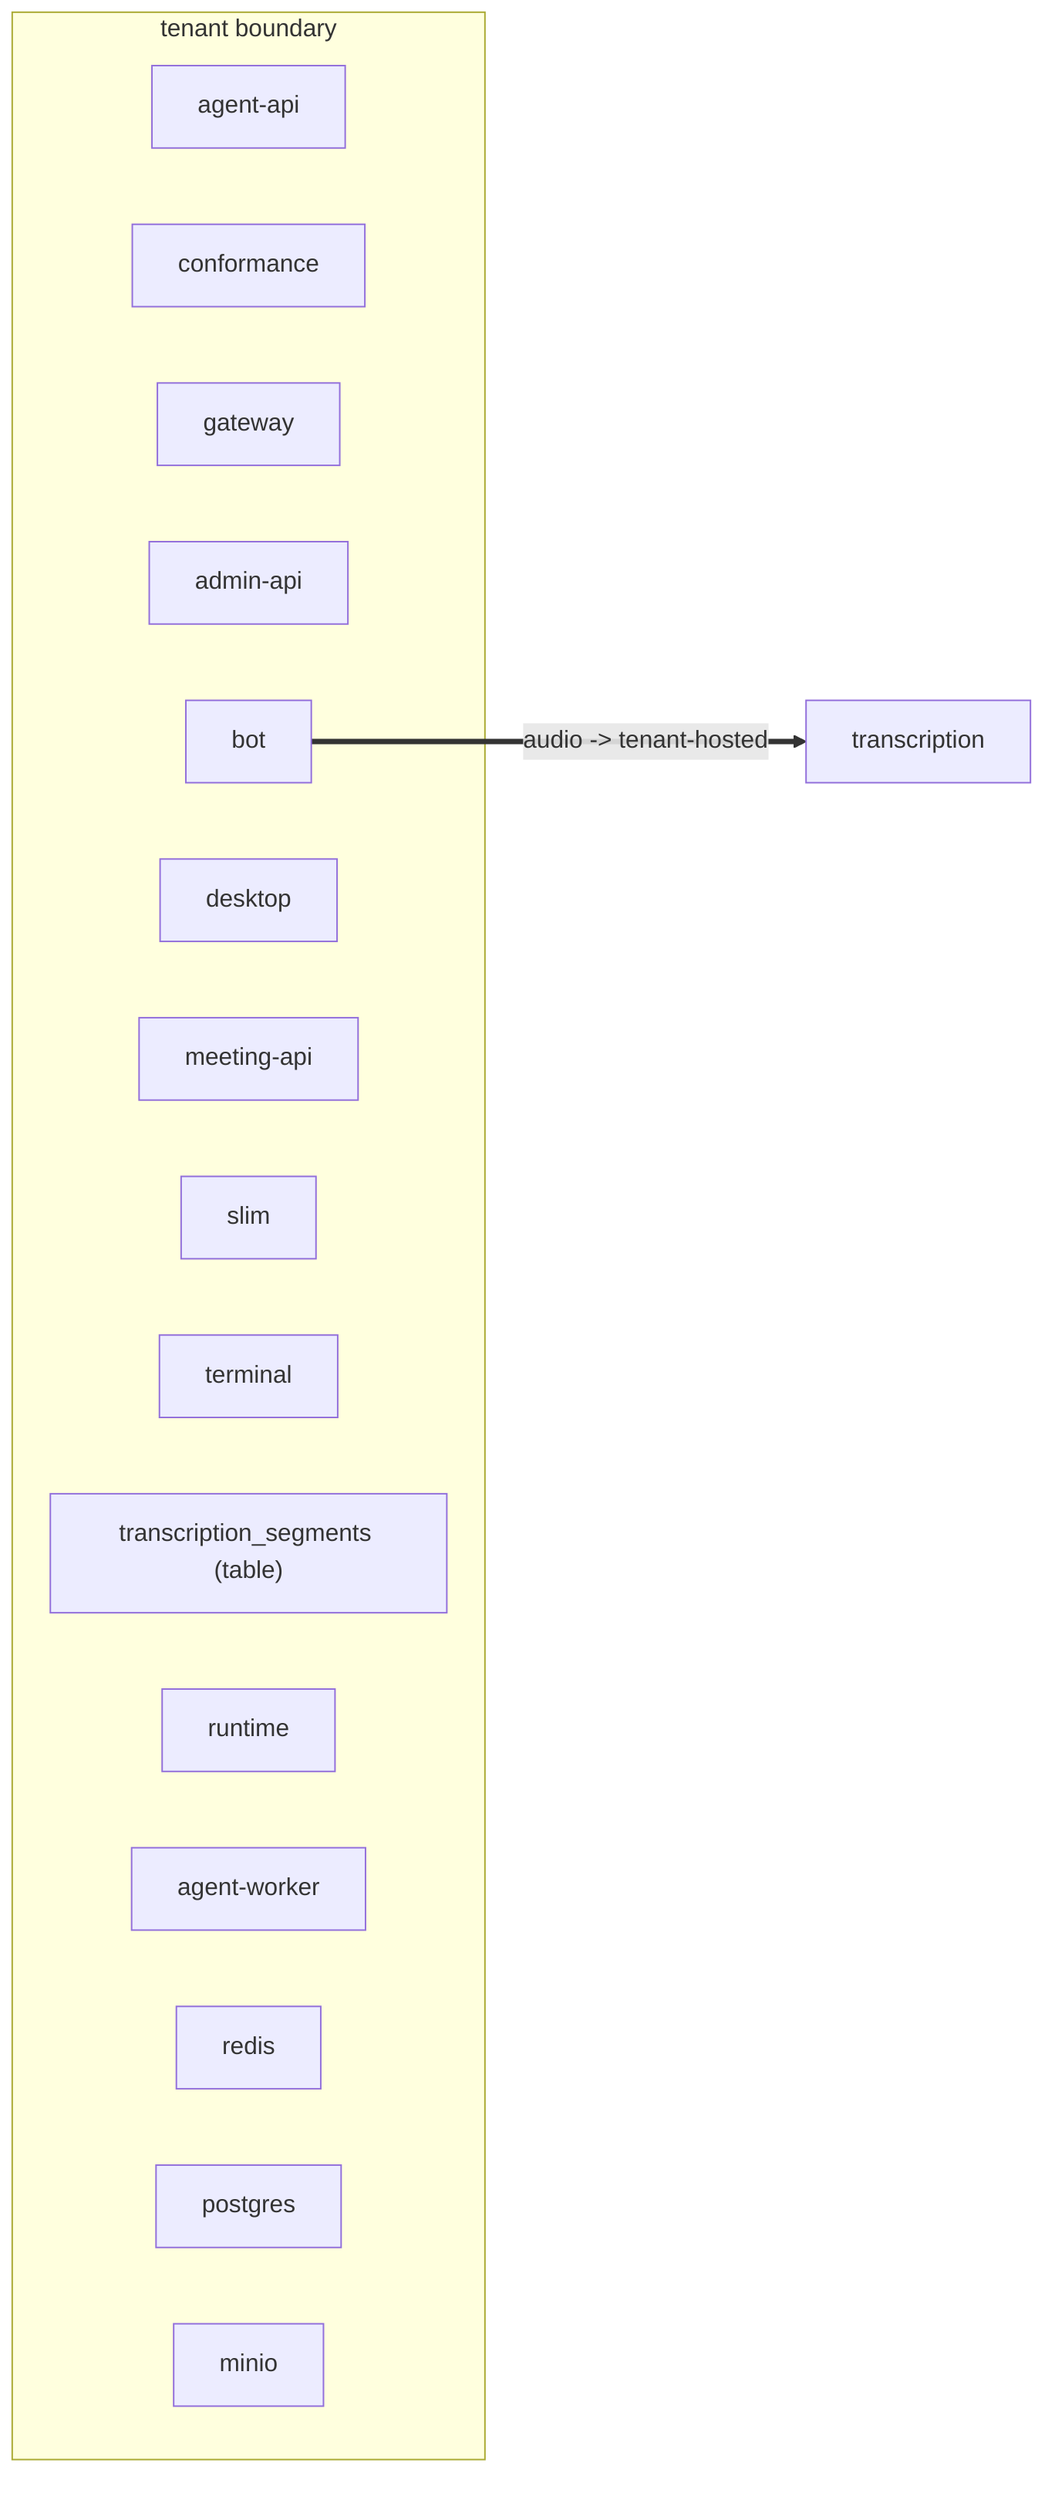
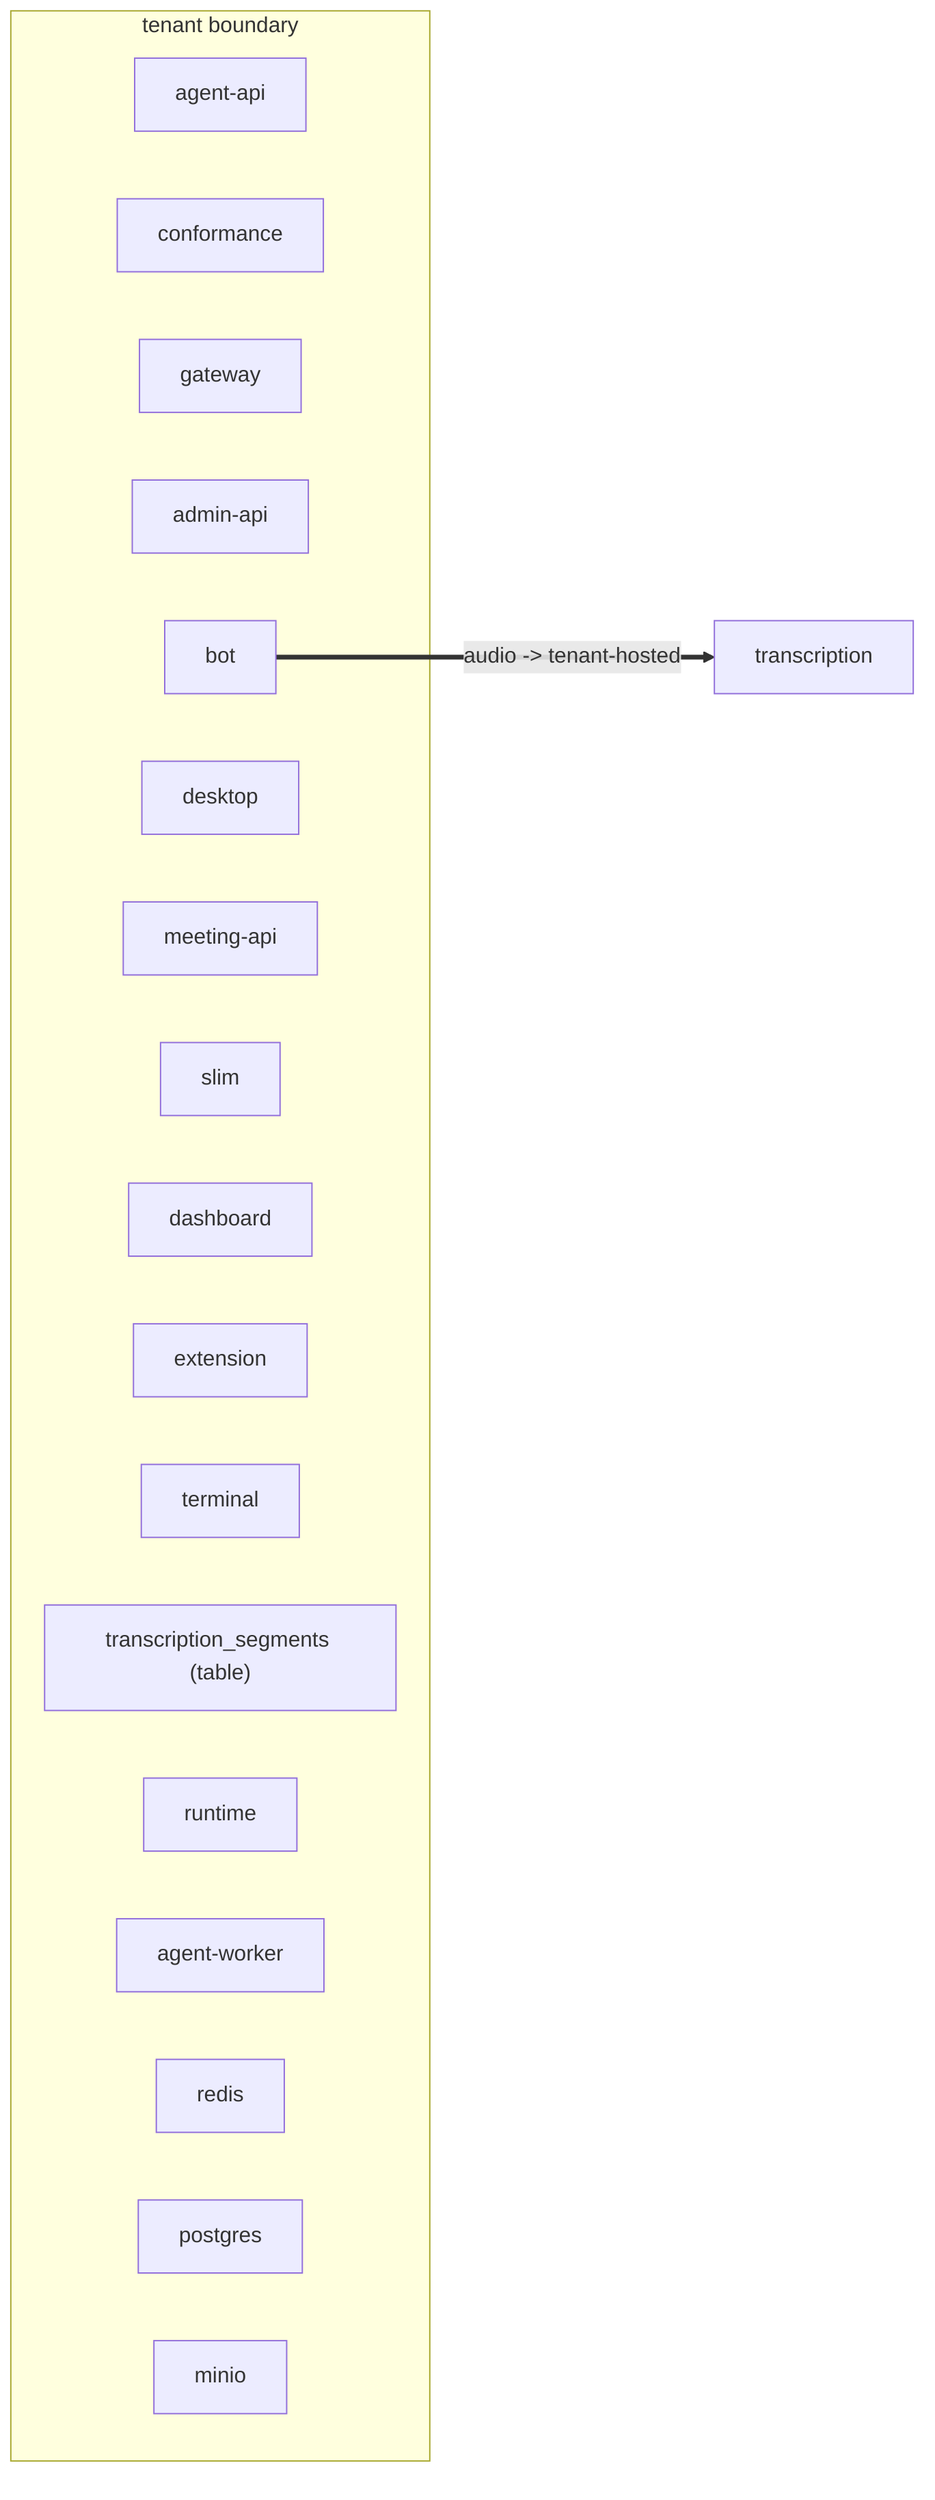
%% GENERATED — pnpm arch:dsl --write
flowchart LR
  subgraph tenant["tenant boundary"]
    agent_api["agent-api"]
    conformance["conformance"]
    gateway["gateway"]
    admin_api["admin-api"]
    bot["bot"]
    desktop["desktop"]
    meeting_api["meeting-api"]
    slim["slim"]
+     dashboard["dashboard"]
+     extension["extension"]
    terminal["terminal"]
    segments_table["transcription_segments (table)"]
    runtime["runtime"]
    agent_worker["agent-worker"]
    redis["redis"]
    postgres["postgres"]
    minio["minio"]
  end
  transcription["transcription"]
  bot ==>|"audio -> tenant-hosted"| transcription
